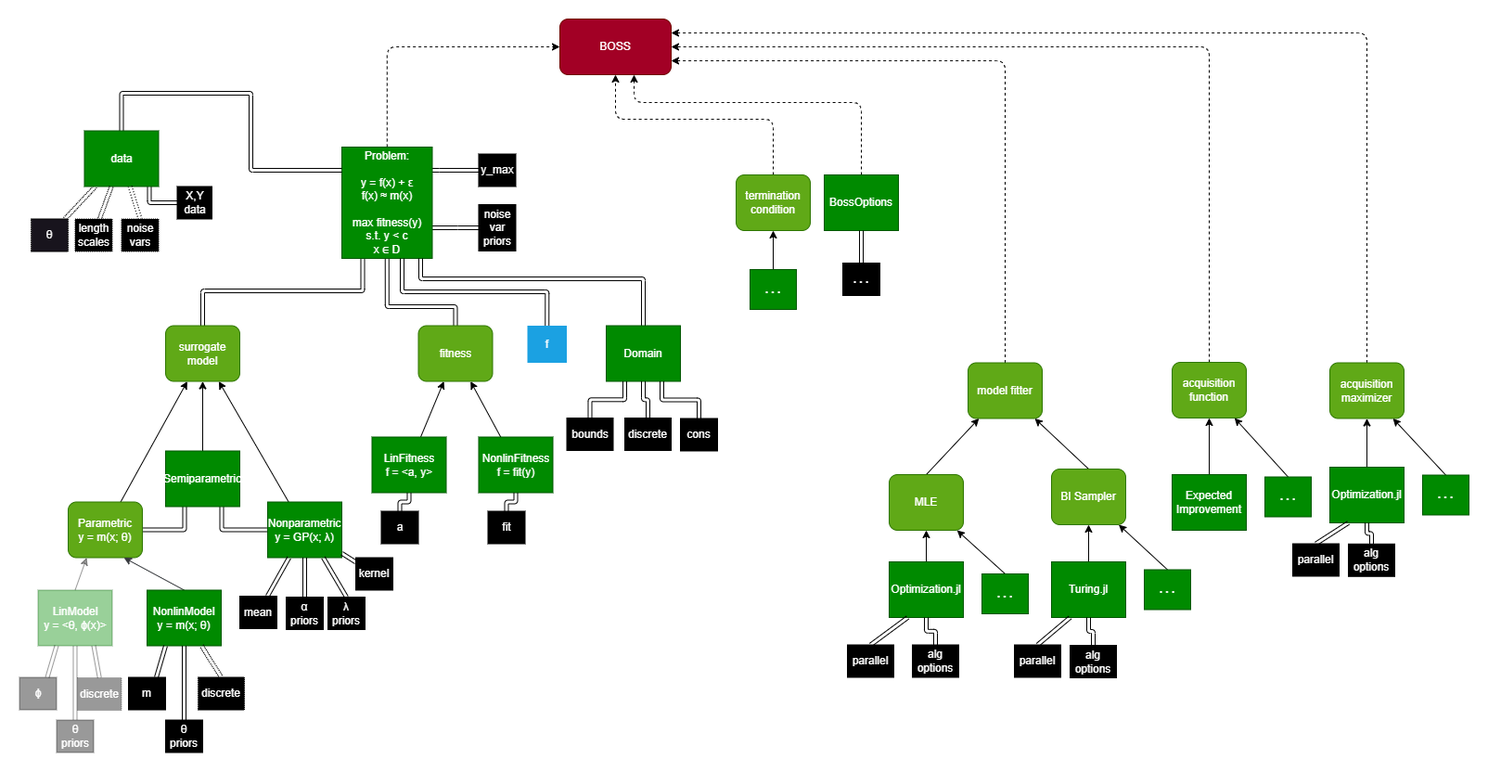
Earlier version of the draw.io export diagram/boss_inputs.drawio.png (soldasim/BOSS.jl). Source tidied: cells renumbered, new cells last; positions are measured from the earlier drawing's top-left corner, leaving out a move shared by most shapes.
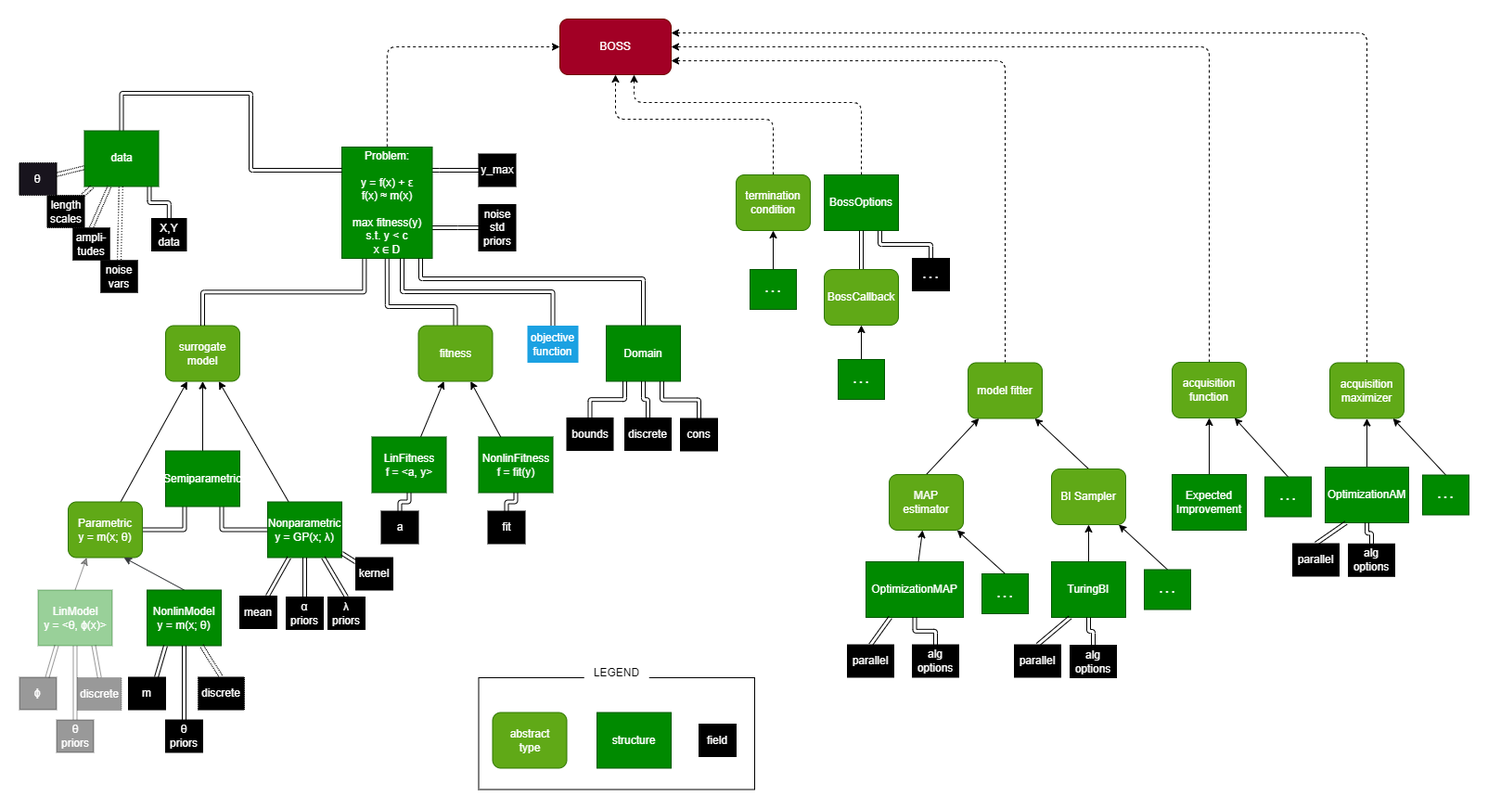
After the change.

What changed in the source:
```diff
@@ -16,14 +16,6 @@
     <mxCell id="4" value="fitness" style="rounded=1;whiteSpace=wrap;html=1;fillColor=#60a917;fontColor=#ffffff;strokeColor=#2D7600;" parent="1" vertex="1">
       <mxGeometry x="429.5" y="330.5" width="80" height="60" as="geometry" />
     </mxCell>
-    <mxCell id="5" style="edgeStyle=orthogonalEdgeStyle;rounded=1;html=1;strokeColor=default;fontSize=18;fontColor=#FFFFFF;shape=link;" parent="1" edge="1" source="6" target="56">
-      <mxGeometry relative="1" as="geometry">
-        <Array as="points">
-          <mxPoint x="197.5" y="293" />
-          <mxPoint x="369.5" y="293" />
-        </Array>
-      </mxGeometry>
-    </mxCell>
     <mxCell id="6" value="surrogate model" style="rounded=1;whiteSpace=wrap;html=1;fillColor=#60a917;fontColor=#ffffff;strokeColor=#2D7600;" parent="1" vertex="1">
       <mxGeometry x="157" y="330.5" width="80" height="60" as="geometry" />
     </mxCell>
@@ -86,7 +78,7 @@
     <mxCell id="23" style="edgeStyle=none;html=1;exitX=0.5;exitY=0;exitDx=0;exitDy=0;" parent="1" edge="1" source="24" target="10">
       <mxGeometry relative="1" as="geometry" />
     </mxCell>
-    <mxCell id="24" value="MLE" style="rounded=1;whiteSpace=wrap;html=1;fillColor=#60a917;strokeColor=#2D7600;fontColor=#ffffff;" parent="1" vertex="1">
+    <mxCell id="24" value="MAP estimator" style="rounded=1;whiteSpace=wrap;html=1;fillColor=#60a917;strokeColor=#2D7600;fontColor=#ffffff;" parent="1" vertex="1">
       <mxGeometry x="937" y="491" width="80" height="60" as="geometry" />
     </mxCell>
     <mxCell id="25" style="edgeStyle=none;html=1;exitX=0.5;exitY=0;exitDx=0;exitDy=0;" parent="1" edge="1" source="26" target="10">
@@ -98,19 +90,19 @@
     <mxCell id="27" style="edgeStyle=none;html=1;exitX=0.5;exitY=0;exitDx=0;exitDy=0;" parent="1" edge="1" source="28" target="8">
       <mxGeometry relative="1" as="geometry" />
     </mxCell>
-    <mxCell id="28" value="Optimization.jl" style="rounded=0;whiteSpace=wrap;html=1;fillColor=#008a00;fontColor=#ffffff;strokeColor=#005700;" parent="1" vertex="1">
-      <mxGeometry x="1412" y="483" width="80" height="60" as="geometry" />
+    <mxCell id="28" value="OptimizationAM" style="rounded=0;whiteSpace=wrap;html=1;fillColor=#008a00;fontColor=#ffffff;strokeColor=#005700;" parent="1" vertex="1">
+      <mxGeometry x="1407" y="483" width="90" height="60" as="geometry" />
     </mxCell>
     <mxCell id="29" style="edgeStyle=none;rounded=1;html=1;strokeColor=default;fontColor=#FFFFFF;" parent="1" edge="1" source="30" target="24">
       <mxGeometry relative="1" as="geometry" />
     </mxCell>
-    <mxCell id="30" value="Optimization.jl" style="rounded=0;whiteSpace=wrap;html=1;fillColor=#008a00;fontColor=#ffffff;strokeColor=#005700;" parent="1" vertex="1">
-      <mxGeometry x="937" y="585" width="80" height="60" as="geometry" />
+    <mxCell id="30" value="OptimizationMAP" style="rounded=0;whiteSpace=wrap;html=1;fillColor=#008a00;fontColor=#ffffff;strokeColor=#005700;" parent="1" vertex="1">
+      <mxGeometry x="912" y="585" width="105" height="60" as="geometry" />
     </mxCell>
     <mxCell id="31" style="edgeStyle=none;rounded=1;html=1;strokeColor=default;fontColor=#FFFFFF;" parent="1" edge="1" source="32" target="26">
       <mxGeometry relative="1" as="geometry" />
     </mxCell>
-    <mxCell id="32" value="Turing.jl" style="rounded=0;whiteSpace=wrap;html=1;fillColor=#008a00;fontColor=#ffffff;strokeColor=#005700;" parent="1" vertex="1">
+    <mxCell id="32" value="TuringBI" style="rounded=0;whiteSpace=wrap;html=1;fillColor=#008a00;fontColor=#ffffff;strokeColor=#005700;" parent="1" vertex="1">
       <mxGeometry x="1112" y="585" width="80" height="60" as="geometry" />
     </mxCell>
     <mxCell id="33" style="edgeStyle=orthogonalEdgeStyle;shape=link;rounded=1;html=1;strokeColor=default;fontColor=#FFFFFF;" parent="1" edge="1" source="34" target="12">
@@ -151,7 +143,7 @@
         </Array>
       </mxGeometry>
     </mxCell>
-    <mxCell id="44" value="noise var priors" style="rounded=0;whiteSpace=wrap;labelBackgroundColor=none;fontColor=#FFFFFF;fillStyle=solid;fillColor=#000000;" parent="1" vertex="1">
+    <mxCell id="44" value="noise std priors" style="rounded=0;whiteSpace=wrap;labelBackgroundColor=none;fontColor=#FFFFFF;fillStyle=solid;fillColor=#000000;" parent="1" vertex="1">
       <mxGeometry x="494.5" y="200" width="40" height="50" as="geometry" />
     </mxCell>
     <mxCell id="45" style="edgeStyle=orthogonalEdgeStyle;shape=link;rounded=1;html=1;strokeColor=default;fontSize=18;fontColor=#FFFFFF;" parent="1" edge="1" source="46" target="60">
@@ -162,13 +154,13 @@
       </mxGeometry>
     </mxCell>
     <mxCell id="46" value="X,Y data" style="rounded=0;whiteSpace=wrap;labelBackgroundColor=none;fontColor=#FFFFFF;fillStyle=solid;fillColor=#000000;" parent="1" vertex="1">
-      <mxGeometry x="169.5" y="180.5" width="37.5" height="35" as="geometry" />
+      <mxGeometry x="142" y="215" width="37.5" height="35" as="geometry" />
     </mxCell>
     <mxCell id="47" style="shape=link;rounded=1;html=1;strokeColor=default;fontSize=18;fontColor=#FFFFFF;dashed=1;dashPattern=1 1;" parent="1" edge="1" source="48" target="60">
       <mxGeometry relative="1" as="geometry" />
     </mxCell>
     <mxCell id="48" value="θ" style="rounded=0;whiteSpace=wrap;labelBackgroundColor=none;fontColor=#FFFFFF;dashed=1;dashPattern=1 1;fillColor=#18141D;fillStyle=solid;" parent="1" vertex="1">
-      <mxGeometry x="12" y="215.5" width="40" height="35" as="geometry" />
+      <mxGeometry x="-0.5" y="155" width="40" height="35" as="geometry" />
     </mxCell>
     <mxCell id="49" style="edgeStyle=orthogonalEdgeStyle;shape=link;rounded=1;html=1;strokeColor=default;fontColor=#FFFFFF;" parent="1" edge="1" source="50" target="30">
       <mxGeometry relative="1" as="geometry" />
@@ -200,19 +192,22 @@
         </Array>
       </mxGeometry>
     </mxCell>
+    <mxCell id="119" style="edgeStyle=orthogonalEdgeStyle;shape=link;html=1;exitX=0.25;exitY=1;exitDx=0;exitDy=0;entryX=0.5;entryY=0;entryDx=0;entryDy=0;" parent="1" edge="1" source="56" target="6">
+      <mxGeometry relative="1" as="geometry" />
+    </mxCell>
     <mxCell id="56" value="Problem:&#10;&#10;y = f(x) + ε&#10;f(x) ≈ m(x)&#10;&#10;max fitness(y)&#10;s.t. y &lt; c&#10;x ∈ D" style="rounded=0;whiteSpace=wrap;fillColor=#008a00;fontColor=#ffffff;strokeColor=#005700;" parent="1" vertex="1">
       <mxGeometry x="347" y="138" width="97.5" height="120" as="geometry" />
     </mxCell>
     <mxCell id="57" style="edgeStyle=orthogonalEdgeStyle;shape=link;html=1;exitX=0.5;exitY=0;exitDx=0;exitDy=0;" parent="1" edge="1" source="58" target="56">
       <mxGeometry relative="1" as="geometry">
         <Array as="points">
-          <mxPoint x="568" y="294" />
+          <mxPoint x="575" y="294" />
           <mxPoint x="412" y="294" />
         </Array>
       </mxGeometry>
     </mxCell>
-    <mxCell id="58" value="f" style="rounded=1;whiteSpace=wrap;html=1;fillColor=#1ba1e2;fontColor=#ffffff;strokeColor=none;arcSize=0;" parent="1" vertex="1">
-      <mxGeometry x="547" y="330.5" width="42.5" height="40" as="geometry" />
+    <mxCell id="58" value="objective function" style="rounded=1;whiteSpace=wrap;html=1;fillColor=#1ba1e2;fontColor=#ffffff;strokeColor=none;arcSize=0;" parent="1" vertex="1">
+      <mxGeometry x="547" y="330.5" width="55" height="40" as="geometry" />
     </mxCell>
     <mxCell id="59" style="edgeStyle=orthogonalEdgeStyle;shape=link;rounded=1;html=1;strokeColor=default;fontSize=18;fontColor=#FFFFFF;" parent="1" edge="1" source="60" target="56">
       <mxGeometry relative="1" as="geometry">
@@ -242,14 +237,11 @@
       <mxGeometry relative="1" as="geometry" />
     </mxCell>
     <mxCell id="66" value="length scales" style="rounded=0;whiteSpace=wrap;labelBackgroundColor=none;fontColor=#FFFFFF;dashed=1;dashPattern=1 1;fillStyle=solid;fillColor=#000000;" parent="1" vertex="1">
-      <mxGeometry x="59.5" y="215.5" width="40" height="35" as="geometry" />
+      <mxGeometry x="29.5" y="190" width="40" height="35" as="geometry" />
     </mxCell>
     <mxCell id="67" style="shape=link;html=1;exitX=0.5;exitY=0;exitDx=0;exitDy=0;dashed=1;dashPattern=1 2;" parent="1" edge="1" source="68" target="60">
       <mxGeometry relative="1" as="geometry" />
     </mxCell>
-    <mxCell id="68" value="noise vars" style="rounded=0;whiteSpace=wrap;labelBackgroundColor=none;fontColor=#FFFFFF;dashed=1;dashPattern=1 1;fillStyle=solid;fillColor=#000000;" parent="1" vertex="1">
-      <mxGeometry x="109.5" y="215.5" width="40" height="35" as="geometry" />
-    </mxCell>
     <mxCell id="69" style="edgeStyle=orthogonalEdgeStyle;html=1;exitX=0.5;exitY=0;exitDx=0;exitDy=0;shape=link;" parent="1" edge="1" source="70" target="28">
       <mxGeometry relative="1" as="geometry" />
     </mxCell>
@@ -281,14 +273,14 @@
         </Array>
       </mxGeometry>
     </mxCell>
+    <mxCell id="120" style="edgeStyle=orthogonalEdgeStyle;html=1;exitX=0.75;exitY=1;exitDx=0;exitDy=0;entryX=0.5;entryY=0;entryDx=0;entryDy=0;shape=link;" parent="1" edge="1" source="76" target="78">
+      <mxGeometry relative="1" as="geometry" />
+    </mxCell>
     <mxCell id="76" value="BossOptions" style="rounded=0;whiteSpace=wrap;html=1;fillColor=#008a00;fontColor=#ffffff;strokeColor=#005700;" parent="1" vertex="1">
       <mxGeometry x="867" y="168" width="80" height="60" as="geometry" />
     </mxCell>
-    <mxCell id="77" style="edgeStyle=none;html=1;exitX=0.5;exitY=0;exitDx=0;exitDy=0;shape=link;" parent="1" edge="1" source="78" target="76">
-      <mxGeometry relative="1" as="geometry" />
-    </mxCell>
     <mxCell id="78" value=". . ." style="rounded=0;whiteSpace=wrap;labelBackgroundColor=none;fontColor=#FFFFFF;fontStyle=1;fillStyle=solid;fillColor=#000000;" parent="1" vertex="1">
-      <mxGeometry x="887" y="263" width="40" height="35" as="geometry" />
+      <mxGeometry x="962" y="258" width="40" height="35" as="geometry" />
     </mxCell>
     <mxCell id="79" style="edgeStyle=orthogonalEdgeStyle;shape=link;html=1;exitX=0.5;exitY=0;exitDx=0;exitDy=0;" parent="1" edge="1" source="80" target="56">
       <mxGeometry relative="1" as="geometry">
@@ -415,5 +407,41 @@
     <mxCell id="118" value="α priors" style="rounded=0;whiteSpace=wrap;labelBackgroundColor=none;fontColor=#FFFFFF;fillStyle=solid;fillColor=#000000;" parent="1" vertex="1">
       <mxGeometry x="287" y="623" width="40" height="35" as="geometry" />
     </mxCell>
+    <mxCell id="121" style="edgeStyle=none;html=1;exitX=0.5;exitY=0;exitDx=0;exitDy=0;entryX=0.5;entryY=1;entryDx=0;entryDy=0;shape=link;" parent="1" edge="1" source="122" target="76">
+      <mxGeometry relative="1" as="geometry" />
+    </mxCell>
+    <mxCell id="122" value="BossCallback" style="rounded=1;whiteSpace=wrap;html=1;fillColor=#60a917;fontColor=#ffffff;strokeColor=#2D7600;" parent="1" vertex="1">
+      <mxGeometry x="867" y="270" width="80" height="60" as="geometry" />
+    </mxCell>
+    <mxCell id="123" style="edgeStyle=none;html=1;exitX=0.5;exitY=0;exitDx=0;exitDy=0;entryX=0.5;entryY=1;entryDx=0;entryDy=0;" parent="1" edge="1" source="124" target="122">
+      <mxGeometry relative="1" as="geometry" />
+    </mxCell>
+    <mxCell id="124" value="&lt;b&gt;. . .&lt;/b&gt;" style="rounded=0;whiteSpace=wrap;html=1;fillColor=#008a00;fontColor=#ffffff;strokeColor=#005700;" parent="1" vertex="1">
+      <mxGeometry x="882" y="367" width="50" height="43" as="geometry" />
+    </mxCell>
+    <mxCell id="125" style="shape=link;html=1;exitX=0.5;exitY=0;exitDx=0;exitDy=0;dashed=1;dashPattern=1 1;" parent="1" edge="1" source="126" target="60">
+      <mxGeometry relative="1" as="geometry" />
+    </mxCell>
+    <mxCell id="126" value="ampli-tudes" style="rounded=0;whiteSpace=wrap;labelBackgroundColor=none;fontColor=#FFFFFF;dashed=1;dashPattern=1 1;fillStyle=solid;fillColor=#000000;" parent="1" vertex="1">
+      <mxGeometry x="57" y="225" width="40" height="35" as="geometry" />
+    </mxCell>
+    <mxCell id="68" value="noise vars" style="rounded=0;whiteSpace=wrap;labelBackgroundColor=none;fontColor=#FFFFFF;dashed=1;dashPattern=1 1;fillStyle=solid;fillColor=#000000;" parent="1" vertex="1">
+      <mxGeometry x="87" y="260" width="40" height="35" as="geometry" />
+    </mxCell>
+    <mxCell id="127" value="abstract&lt;br&gt;type" style="rounded=1;whiteSpace=wrap;html=1;fillColor=#60a917;fontColor=#ffffff;strokeColor=#2D7600;" parent="1" vertex="1">
+      <mxGeometry x="509.5" y="747.5" width="80" height="60" as="geometry" />
+    </mxCell>
+    <mxCell id="128" value="structure" style="rounded=0;whiteSpace=wrap;fillColor=#008a00;fontColor=#ffffff;strokeColor=#005700;" parent="1" vertex="1">
+      <mxGeometry x="622" y="747.5" width="80" height="60" as="geometry" />
+    </mxCell>
+    <mxCell id="129" value="field" style="rounded=0;whiteSpace=wrap;labelBackgroundColor=none;fontColor=#FFFFFF;fillStyle=solid;fillColor=#000000;" parent="1" vertex="1">
+      <mxGeometry x="732" y="760" width="40" height="35" as="geometry" />
+    </mxCell>
+    <mxCell id="130" style="whiteSpace=wrap;html=1;fillColor=none;" parent="1" vertex="1">
+      <mxGeometry x="494.5" y="710" width="297.5" height="120.5" as="geometry" />
+    </mxCell>
+    <mxCell id="131" value="LEGEND" style="text;html=1;align=center;verticalAlign=middle;strokeColor=none;fillColor=default;" parent="1" vertex="1">
+      <mxGeometry x="608.2" y="690" width="70" height="30" as="geometry" />
+    </mxCell>
   </root>
 </mxGraphModel>
```
